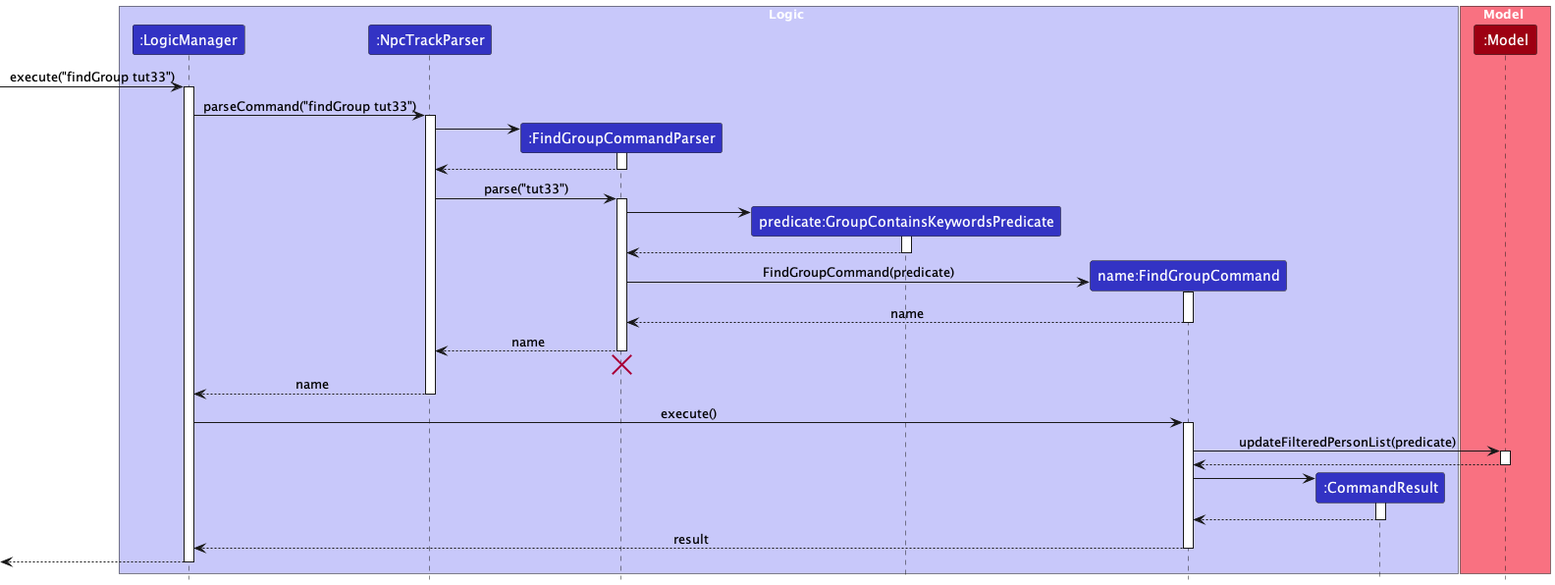
Above: docs/images/FindGroupSequenceDiagram.png in proto-aiken-13/tp (PlantUML), before the change. Source of this version:
```plantuml
@startuml
!include style.puml
skinparam ArrowFontStyle plain

box Logic LOGIC_COLOR_T1
participant ":LogicManager" as LogicManager LOGIC_COLOR
participant ":NpcTrackParser" as NpcTrackParser LOGIC_COLOR
participant ":FindGroupCommandParser" as FindGroupCommandParser LOGIC_COLOR
participant "predicate:GroupContainsKeywordsPredicate" as GroupContainsKeywordsPredicate LOGIC_COLOR
participant "name:FindGroupCommand" as FindGroupCommand LOGIC_COLOR
participant ":CommandResult" as CommandResult LOGIC_COLOR
end box

box Model MODEL_COLOR_T1
participant ":Model" as Model MODEL_COLOR
end box

[-> LogicManager : execute("findGroup tut33")
activate LogicManager

LogicManager -> NpcTrackParser : parseCommand("findGroup tut33")
activate NpcTrackParser

create FindGroupCommandParser
NpcTrackParser -> FindGroupCommandParser
activate FindGroupCommandParser

FindGroupCommandParser --> NpcTrackParser
deactivate FindGroupCommandParser

NpcTrackParser -> FindGroupCommandParser : parse("tut33")
activate FindGroupCommandParser

create GroupContainsKeywordsPredicate
FindGroupCommandParser -> GroupContainsKeywordsPredicate
activate GroupContainsKeywordsPredicate

GroupContainsKeywordsPredicate --> FindGroupCommandParser
deactivate GroupContainsKeywordsPredicate


create FindGroupCommand
FindGroupCommandParser -> FindGroupCommand : FindGroupCommand(predicate)
activate FindGroupCommand

FindGroupCommand --> FindGroupCommandParser : name
deactivate FindGroupCommand

FindGroupCommandParser --> NpcTrackParser : name
deactivate FindGroupCommandParser
FindGroupCommandParser -[hidden]-> NpcTrackParser
destroy FindGroupCommandParser

NpcTrackParser --> LogicManager : name
deactivate NpcTrackParser

LogicManager -> FindGroupCommand : execute()
activate FindGroupCommand

FindGroupCommand -> Model : updateFilteredPersonList(predicate)
activate Model

Model --> FindGroupCommand
deactivate Model

create CommandResult
FindGroupCommand -> CommandResult
activate CommandResult

CommandResult --> FindGroupCommand
deactivate CommandResult

FindGroupCommand --> LogicManager : result
deactivate FindGroupCommand

[<--LogicManager
deactivate LogicManager
@enduml
```
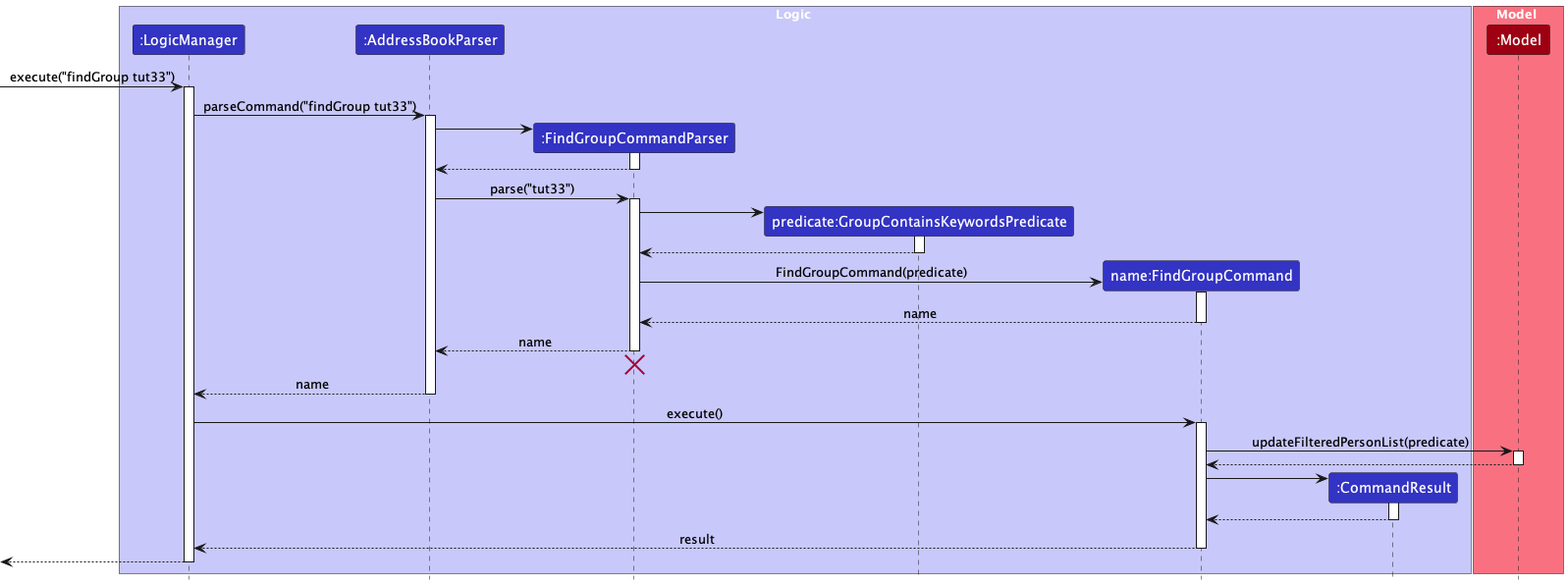
After the commit.

Change to the diagram source:
```diff
@@ -4,7 +4,7 @@
 
 box Logic LOGIC_COLOR_T1
 participant ":LogicManager" as LogicManager LOGIC_COLOR
-participant ":NpcTrackParser" as NpcTrackParser LOGIC_COLOR
+participant ":AddressBookParser" as AddressBookParser LOGIC_COLOR
 participant ":FindGroupCommandParser" as FindGroupCommandParser LOGIC_COLOR
 participant "predicate:GroupContainsKeywordsPredicate" as GroupContainsKeywordsPredicate LOGIC_COLOR
 participant "name:FindGroupCommand" as FindGroupCommand LOGIC_COLOR
@@ -18,17 +18,17 @@
 [-> LogicManager : execute("findGroup tut33")
 activate LogicManager
 
-LogicManager -> NpcTrackParser : parseCommand("findGroup tut33")
-activate NpcTrackParser
+LogicManager -> AddressBookParser : parseCommand("findGroup tut33")
+activate AddressBookParser
 
 create FindGroupCommandParser
-NpcTrackParser -> FindGroupCommandParser
+AddressBookParser -> FindGroupCommandParser
 activate FindGroupCommandParser
 
-FindGroupCommandParser --> NpcTrackParser
+FindGroupCommandParser --> AddressBookParser
 deactivate FindGroupCommandParser
 
-NpcTrackParser -> FindGroupCommandParser : parse("tut33")
+AddressBookParser -> FindGroupCommandParser : parse("tut33")
 activate FindGroupCommandParser
 
 create GroupContainsKeywordsPredicate
@@ -46,13 +46,13 @@
 FindGroupCommand --> FindGroupCommandParser : name
 deactivate FindGroupCommand
 
-FindGroupCommandParser --> NpcTrackParser : name
+FindGroupCommandParser --> AddressBookParser : name
 deactivate FindGroupCommandParser
-FindGroupCommandParser -[hidden]-> NpcTrackParser
+FindGroupCommandParser -[hidden]-> AddressBookParser
 destroy FindGroupCommandParser
 
-NpcTrackParser --> LogicManager : name
-deactivate NpcTrackParser
+AddressBookParser --> LogicManager : name
+deactivate AddressBookParser
 
 LogicManager -> FindGroupCommand : execute()
 activate FindGroupCommand
```
